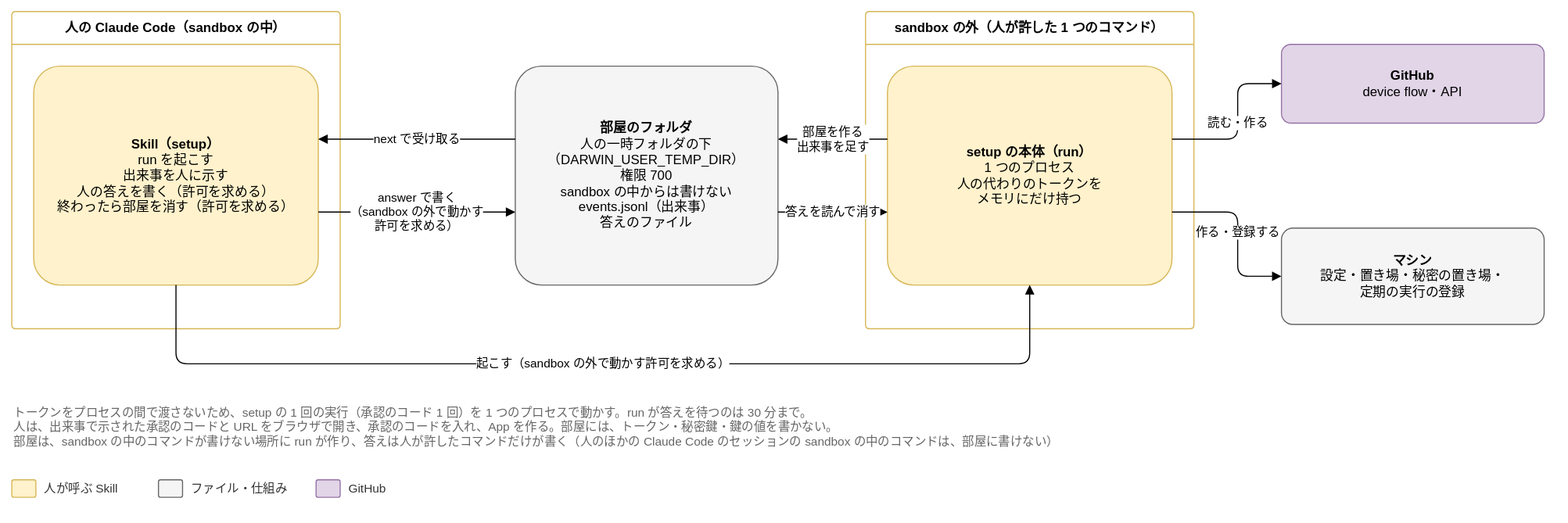
This is docs/design/detailed/diagrams/05-room.drawio.svg from Joymerrevent/dev-autopilot, a draw.io export, as it was before one commit. Source tidied: cells renumbered, new cells last; positions are measured from the earlier drawing's top-left corner, leaving out a move shared by most shapes.
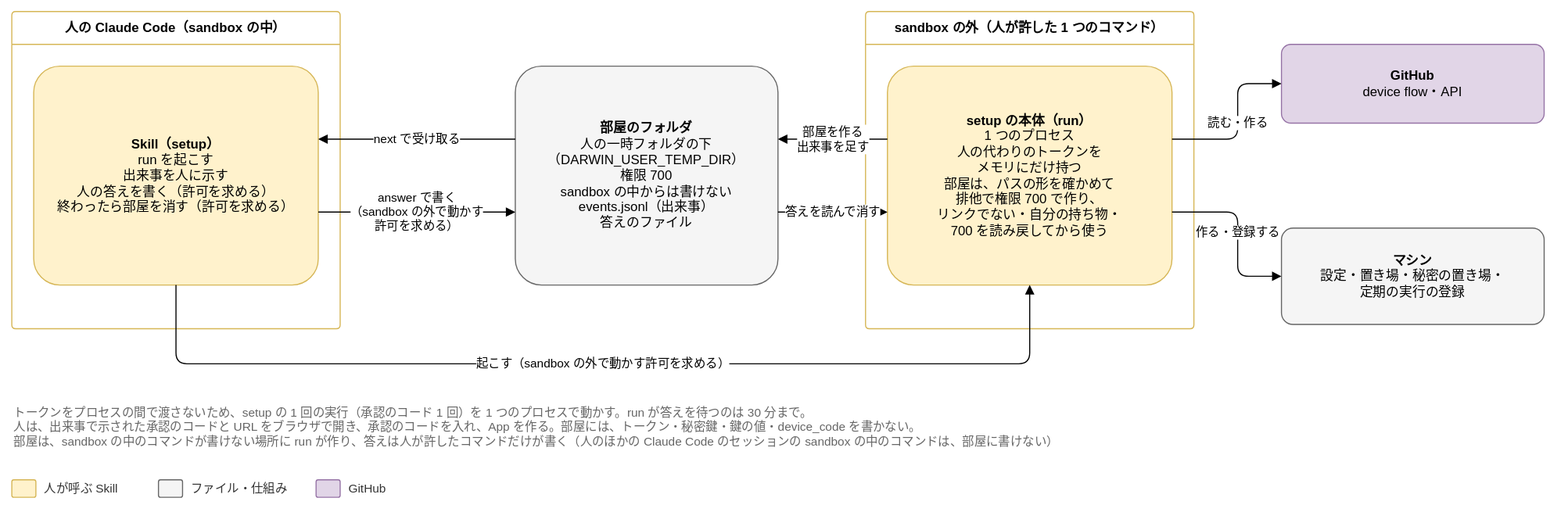
Above is the later version.

Commit message:
docs(design): 詳細設計の図 04-groups と 05-room で、前提と省く条件と部屋の確かめを描く

詳細設計のレビューの低の直し（最初のレビューの R3-30・R6-9・R6-12・R6-13、
1 回目の再レビューの R4-11）。

- 04-groups：g4 にリポの設定を読む項目の前提を足し、note に省く条件に当たれば前の結果のままを
  足し、凡例を「止める（fail）」「ファイル・仕組み（結果）」にする（R6-13・R4-11・R6-9）
- 05-room：run が部屋のパスの形を確かめ、排他で 700 で作り、読み戻してから使うことを足し、
  note に device_code を書かないことを足す（R6-12・R3-30）

Claude-Session: https://claude.ai/code/session_01LvmXQN14Y95msvojZ6hWNP

Change to the diagram source:
```diff
@@ -14,7 +14,7 @@
     <mxCell id="5" value="sandbox の外（人が許した 1 つのコマンド）" style="swimlane;startSize=30;html=1;whiteSpace=wrap;rounded=1;arcSize=4;fontStyle=1;fontSize=12;fillColor=none;swimlaneFillColor=none;strokeColor=#d6b656;" parent="1" vertex="1">
       <mxGeometry x="780" width="300" height="290" as="geometry" />
     </mxCell>
-    <mxCell id="6" value="&lt;b&gt;setup の本体（run）&lt;/b&gt;&lt;br&gt;1 つのプロセス&lt;br&gt;人の代わりのトークンを&lt;br&gt;メモリにだけ持つ" style="rounded=1;whiteSpace=wrap;html=1;fontSize=12;arcSize=12;spacing=12;fillColor=#fff2cc;strokeColor=#d6b656;" parent="5" vertex="1">
+    <mxCell id="6" value="&lt;b&gt;setup の本体（run）&lt;/b&gt;&lt;br&gt;1 つのプロセス&lt;br&gt;人の代わりのトークンを&lt;br&gt;メモリにだけ持つ&lt;br&gt;部屋は、パスの形を確かめて&lt;br&gt;排他で権限 700 で作り、&lt;br&gt;リンクでない・自分の持ち物・&lt;br&gt;700 を読み戻してから使う" style="rounded=1;whiteSpace=wrap;html=1;fontSize=12;arcSize=12;spacing=12;fillColor=#fff2cc;strokeColor=#d6b656;" parent="5" vertex="1">
       <mxGeometry x="20" y="50" width="260" height="200" as="geometry" />
     </mxCell>
     <mxCell id="7" value="&lt;b&gt;GitHub&lt;/b&gt;&lt;br&gt;device flow・API" style="rounded=1;whiteSpace=wrap;html=1;fontSize=12;arcSize=12;spacing=12;fillColor=#e1d5e7;strokeColor=#9673a6;" parent="1" vertex="1">
@@ -59,7 +59,7 @@
         </Array>
       </mxGeometry>
     </mxCell>
-    <mxCell id="16" value="トークンをプロセスの間で渡さないため、setup の 1 回の実行（承認のコード 1 回）を 1 つのプロセスで動かす。run が答えを待つのは 30 分まで。&lt;br&gt;人は、出来事で示された承認のコードと URL をブラウザで開き、承認のコードを入れ、App を作る。部屋には、トークン・秘密鍵・鍵の値を書かない。&lt;br&gt;部屋は、sandbox の中のコマンドが書けない場所に run が作り、答えは人が許したコマンドだけが書く（人のほかの Claude Code のセッションの sandbox の中のコマンドは、部屋に書けない）" style="text;html=1;whiteSpace=wrap;align=left;verticalAlign=top;fontSize=11;fontColor=#666666;" parent="1" vertex="1">
+    <mxCell id="16" value="トークンをプロセスの間で渡さないため、setup の 1 回の実行（承認のコード 1 回）を 1 つのプロセスで動かす。run が答えを待つのは 30 分まで。&lt;br&gt;人は、出来事で示された承認のコードと URL をブラウザで開き、承認のコードを入れ、App を作る。部屋には、トークン・秘密鍵・鍵の値・device_code を書かない。&lt;br&gt;部屋は、sandbox の中のコマンドが書けない場所に run が作り、答えは人が許したコマンドだけが書く（人のほかの Claude Code のセッションの sandbox の中のコマンドは、部屋に書けない）" style="text;html=1;whiteSpace=wrap;align=left;verticalAlign=top;fontSize=11;fontColor=#666666;" parent="1" vertex="1">
       <mxGeometry y="354" width="1400" height="56" as="geometry" />
     </mxCell>
     <mxCell id="17" style="rounded=1;whiteSpace=wrap;html=1;fontSize=12;arcSize=12;spacing=12;fillColor=#fff2cc;strokeColor=#d6b656;" parent="1" vertex="1">
```
